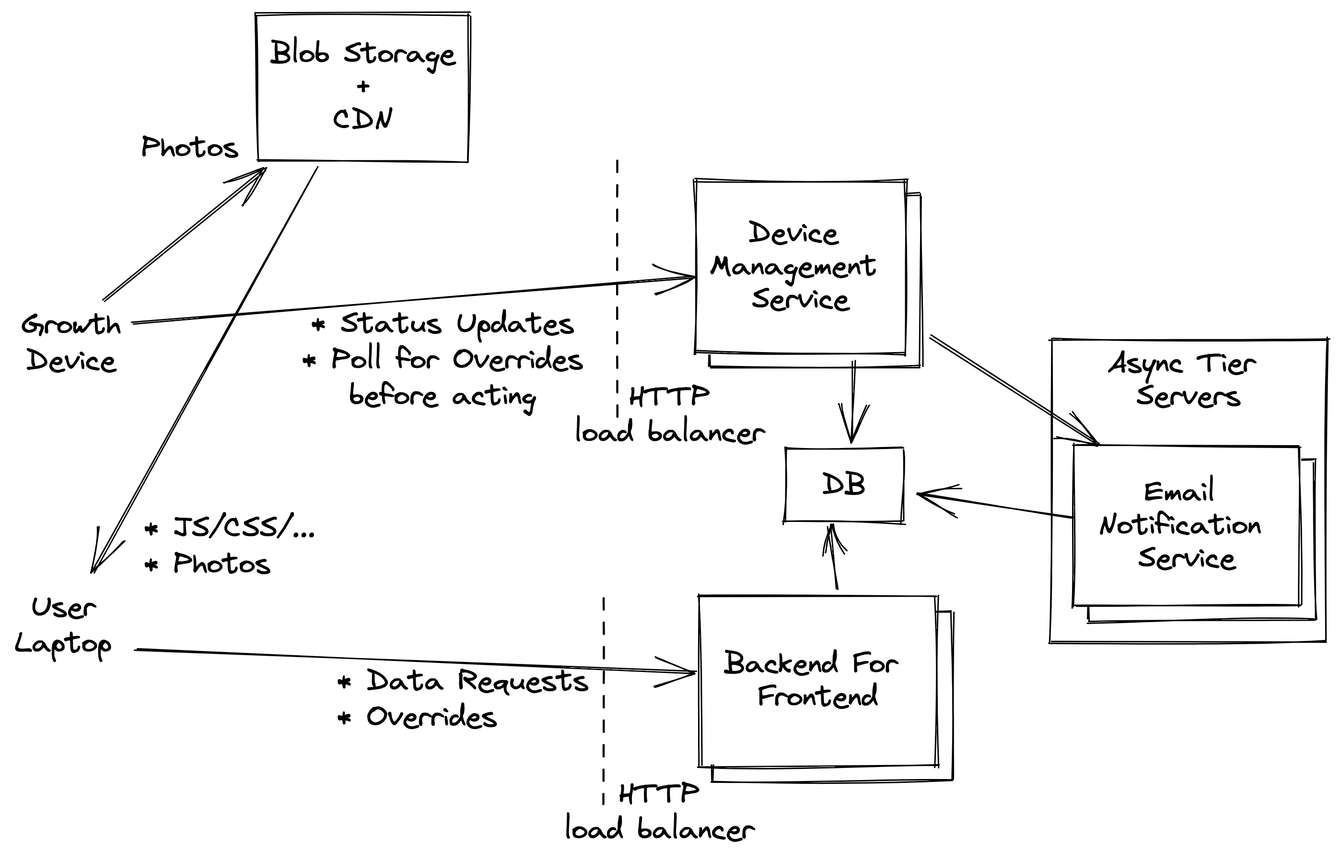
This is server-infrastructure.excalidraw.png from alsuren/interview-2022-10-31, a Excalidraw export, as it was before one commit. Source tidied: one line per element, renumbered; positions are measured from the earlier drawing's top-left corner, leaving out a move shared by most shapes.
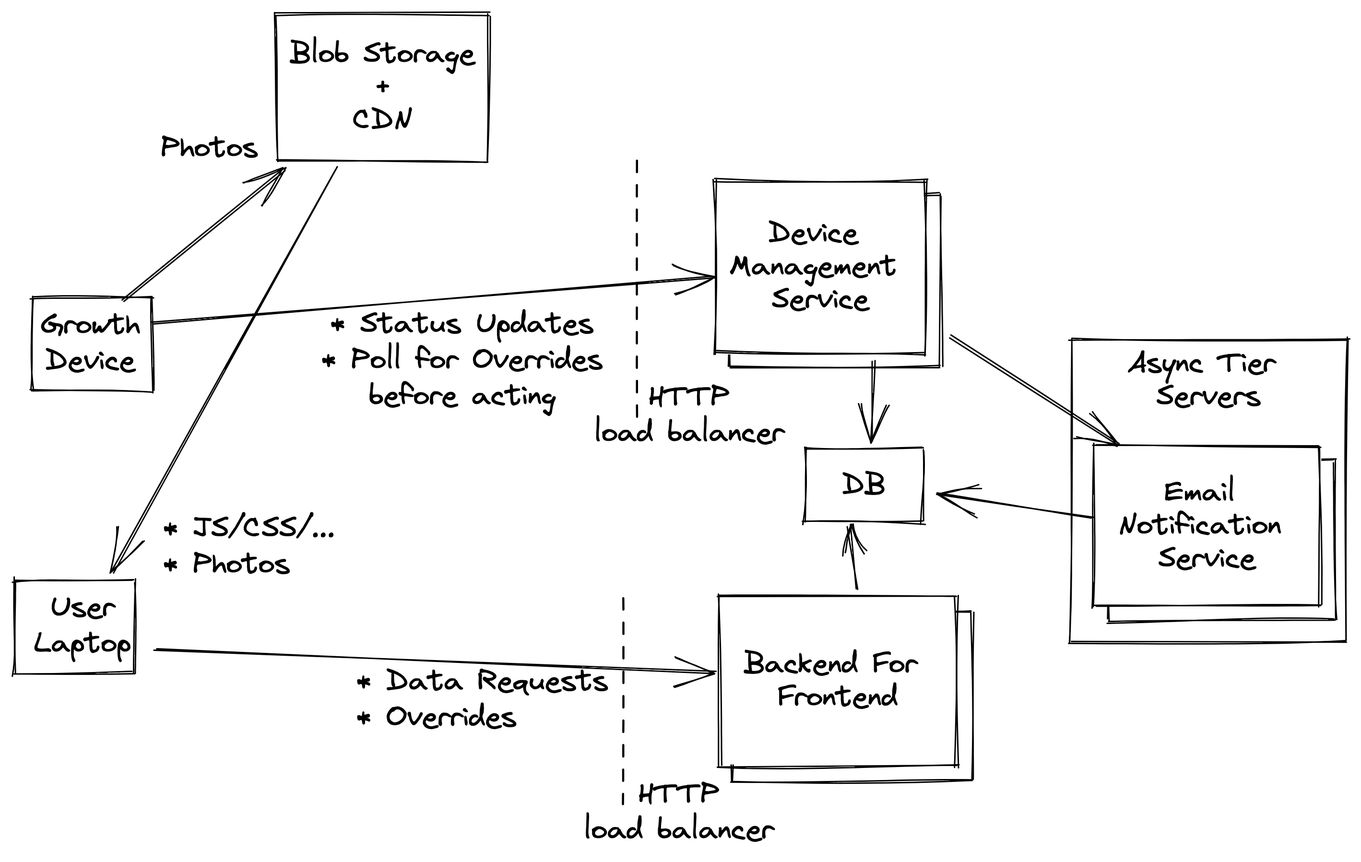
Above is the later version.

Diff of the diagram source:
```diff
@@ -34,3 +34,5 @@
 {"id": 33, "type": "text", "text": "* Status Updates\n* Poll for Overrides\nbefore acting", "strokeColor": "#000000", "strokeWidth": 1, "roughness": 1, "fontSize": 20, "fontFamily": 1, "textAlign": "center", "x": 200, "y": 203, "width": 195, "height": 75}
 {"id": 34, "type": "arrow", "strokeColor": "#000000", "backgroundColor": "#fff", "fillStyle": "solid", "strokeWidth": 1, "roughness": 1, "endArrowhead": "arrow", "from": 2, "to": 28, "x": 735, "y": 349, "width": 109, "height": 15, "points": [[0, 0], [-109, -15]]}
 {"id": 35, "type": "text", "text": "* Data Requests\n* Overrides", "strokeColor": "#000000", "backgroundColor": "#fff", "fillStyle": "solid", "strokeWidth": 1, "roughness": 1, "fontSize": 20, "fontFamily": 1, "x": 225, "y": 451, "width": 175, "height": 50}
+{"id": 36, "type": "rectangle", "strokeColor": "#000000", "strokeWidth": 1, "roughness": 1, "x": -1, "y": 196, "width": 83, "height": 65}
+{"id": 37, "type": "rectangle", "strokeColor": "#000000", "strokeWidth": 1, "roughness": 1, "x": -13, "y": 393, "width": 83, "height": 65}
```
